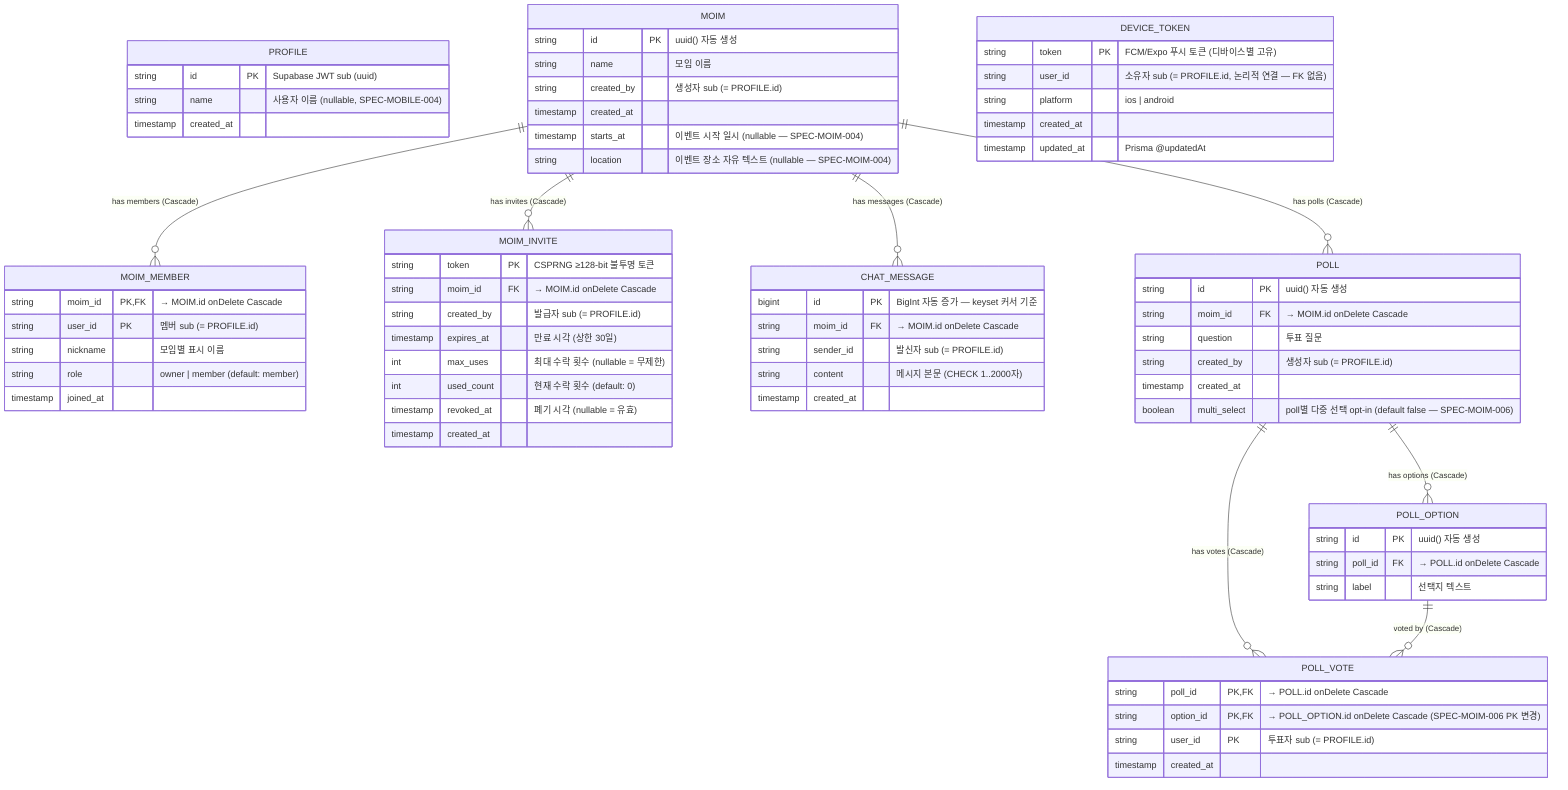
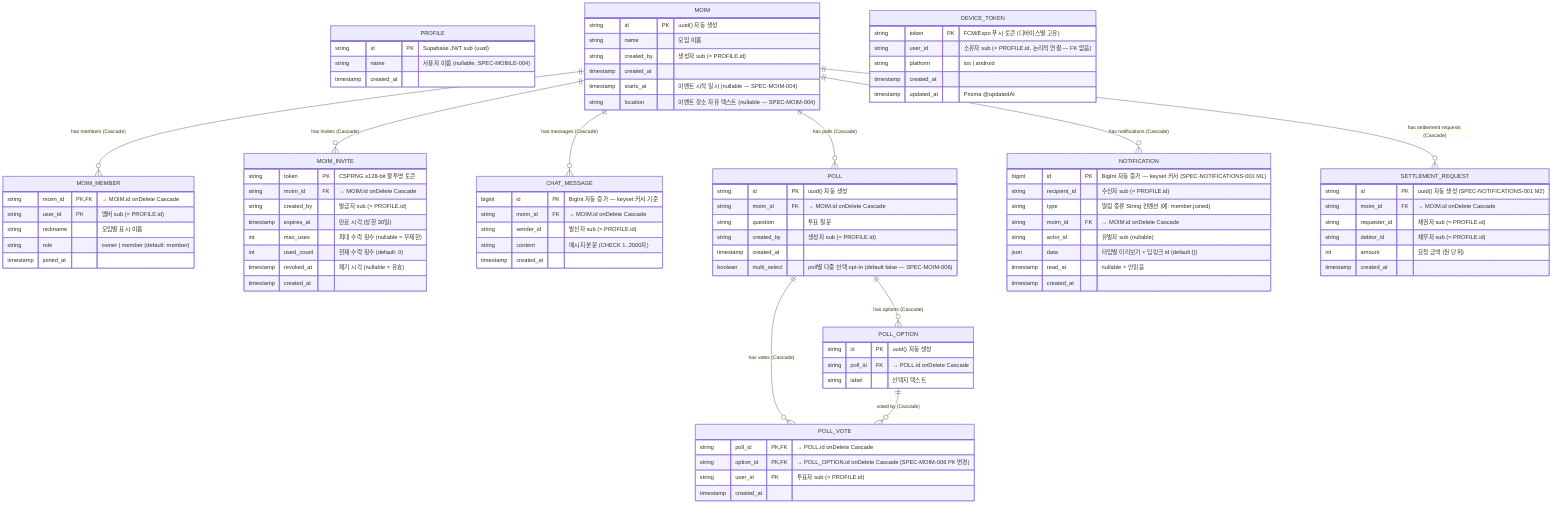
%% Mermaid ER diagram — 수동 갱신 (db.yaml auto-sync 비활성)
%% 기준: apps/backend/prisma/schema.prisma + 마이그레이션 파일
- %% 최종 갱신: 2026-06-20 (SPEC-MOIM-006 sync — Poll.multiSelect 추가 + PollVote PK 변경)
+ %% 최종 갱신: 2026-07-02 (SPEC-NOTIFICATIONS-001 sync — NOTIFICATION + SETTLEMENT_REQUEST 엔티티 추가)
erDiagram
    PROFILE {
        string id PK "Supabase JWT sub (uuid)"
        string name "사용자 이름 (nullable, SPEC-MOBILE-004)"
        timestamp created_at
    }

    MOIM {
        string id PK "uuid() 자동 생성"
        string name "모임 이름"
        string created_by "생성자 sub (= PROFILE.id)"
        timestamp created_at
        timestamp starts_at "이벤트 시작 일시 (nullable — SPEC-MOIM-004)"
        string location "이벤트 장소 자유 텍스트 (nullable — SPEC-MOIM-004)"
    }

    MOIM_MEMBER {
        string moim_id PK,FK "→ MOIM.id onDelete Cascade"
        string user_id PK "멤버 sub (= PROFILE.id)"
        string nickname "모임별 표시 이름"
        string role "owner | member (default: member)"
        timestamp joined_at
    }

    MOIM_INVITE {
        string token PK "CSPRNG ≥128-bit 불투명 토큰"
        string moim_id FK "→ MOIM.id onDelete Cascade"
        string created_by "발급자 sub (= PROFILE.id)"
        timestamp expires_at "만료 시각 (상한 30일)"
        int max_uses "최대 수락 횟수 (nullable = 무제한)"
        int used_count "현재 수락 횟수 (default: 0)"
        timestamp revoked_at "폐기 시각 (nullable = 유효)"
        timestamp created_at
    }

    CHAT_MESSAGE {
        bigint id PK "BigInt 자동 증가 — keyset 커서 기준"
        string moim_id FK "→ MOIM.id onDelete Cascade"
        string sender_id "발신자 sub (= PROFILE.id)"
        string content "메시지 본문 (CHECK 1..2000자)"
        timestamp created_at
    }

    DEVICE_TOKEN {
        string token PK "FCM/Expo 푸시 토큰 (디바이스별 고유)"
        string user_id "소유자 sub (= PROFILE.id, 논리적 연결 — FK 없음)"
        string platform "ios | android"
        timestamp created_at
        timestamp updated_at "Prisma @updatedAt"
    }

    POLL {
        string id PK "uuid() 자동 생성"
        string moim_id FK "→ MOIM.id onDelete Cascade"
        string question "투표 질문"
        string created_by "생성자 sub (= PROFILE.id)"
        timestamp created_at
        boolean multi_select "poll별 다중 선택 opt-in (default false — SPEC-MOIM-006)"
    }

    POLL_OPTION {
        string id PK "uuid() 자동 생성"
        string poll_id FK "→ POLL.id onDelete Cascade"
        string label "선택지 텍스트"
    }

    POLL_VOTE {
        string poll_id PK,FK "→ POLL.id onDelete Cascade"
        string option_id PK,FK "→ POLL_OPTION.id onDelete Cascade (SPEC-MOIM-006 PK 변경)"
        string user_id PK "투표자 sub (= PROFILE.id)"
        timestamp created_at
    }

+     NOTIFICATION {
+         bigint id PK "BigInt 자동 증가 — keyset 커서 (SPEC-NOTIFICATIONS-001 M1)"
+         string recipient_id "수신자 sub (= PROFILE.id)"
+         string type "알림 종류 String 컨벤션 (예: member.joined)"
+         string moim_id FK "→ MOIM.id onDelete Cascade"
+         string actor_id "유발자 sub (nullable)"
+         json data "타입별 미리보기 + 딥링크 id (default {})"
+         timestamp read_at "nullable = 안읽음"
+         timestamp created_at
+     }
+ 
+     SETTLEMENT_REQUEST {
+         string id PK "uuid() 자동 생성 (SPEC-NOTIFICATIONS-001 M2)"
+         string moim_id FK "→ MOIM.id onDelete Cascade"
+         string requester_id "채권자 sub (= PROFILE.id)"
+         string debtor_id "채무자 sub (= PROFILE.id)"
+         int amount "요청 금액 (원 단위)"
+         timestamp created_at
+     }
+ 
    MOIM ||--o{ MOIM_MEMBER : "has members (Cascade)"
    MOIM ||--o{ MOIM_INVITE : "has invites (Cascade)"
    MOIM ||--o{ CHAT_MESSAGE : "has messages (Cascade)"
    MOIM ||--o{ POLL : "has polls (Cascade)"
    POLL ||--o{ POLL_OPTION : "has options (Cascade)"
    POLL ||--o{ POLL_VOTE : "has votes (Cascade)"
    POLL_OPTION ||--o{ POLL_VOTE : "voted by (Cascade)"
+     MOIM ||--o{ NOTIFICATION : "has notifications (Cascade)"
+     MOIM ||--o{ SETTLEMENT_REQUEST : "has settlement requests (Cascade)"
